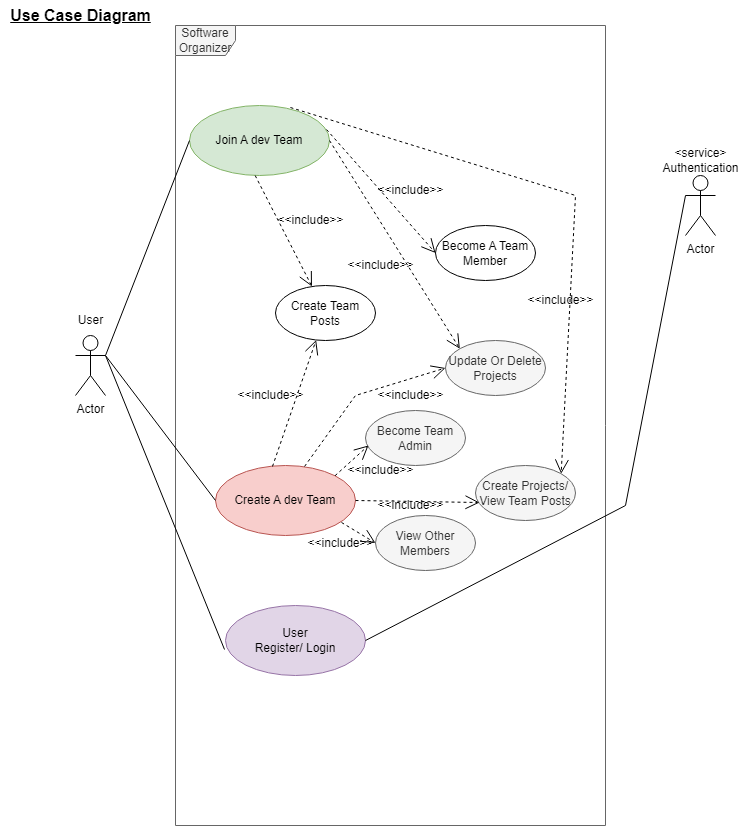
Before: src/Sprint4_UML/UML_Diagrams/Scenario/UseCaseDiagram.drawio.png, a diagram exported from draw.io (prime734/Software-Organiser). Source tidied: cells renumbered, new cells last; positions are measured from the earlier drawing's top-left corner, leaving out a move shared by most shapes.
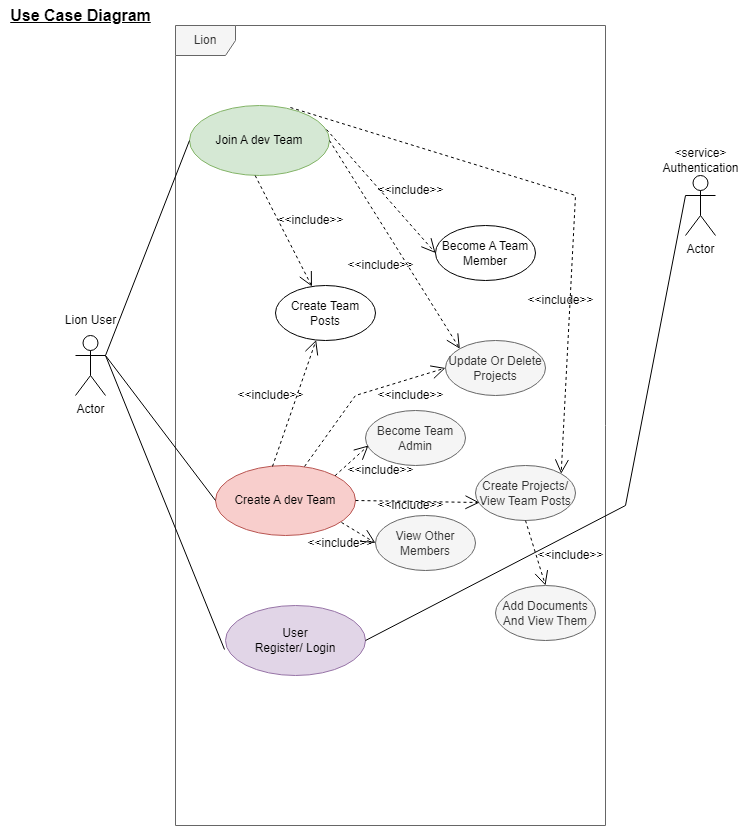
The same file after the commit.

What changed in the source:
```diff
@@ -5,7 +5,7 @@
     <mxCell id="2" value="Actor" style="shape=umlActor;verticalLabelPosition=bottom;verticalAlign=top;html=1;" parent="1" vertex="1">
       <mxGeometry x="75" y="335" width="30" height="60" as="geometry" />
     </mxCell>
-    <mxCell id="3" value="Software Organizer" style="shape=umlFrame;whiteSpace=wrap;html=1;fillColor=#f5f5f5;strokeColor=#666666;fontColor=#333333;" parent="1" vertex="1">
+    <mxCell id="3" value="Lion" style="shape=umlFrame;whiteSpace=wrap;html=1;fillColor=#f5f5f5;strokeColor=#666666;fontColor=#333333;" parent="1" vertex="1">
       <mxGeometry x="175" y="25" width="430" height="800" as="geometry" />
     </mxCell>
     <mxCell id="4" value="Actor" style="shape=umlActor;verticalLabelPosition=bottom;verticalAlign=top;html=1;" parent="1" vertex="1">
@@ -14,8 +14,8 @@
     <mxCell id="5" value="User&lt;br&gt;Register/ Login" style="ellipse;whiteSpace=wrap;html=1;fillColor=#e1d5e7;strokeColor=#9673a6;" parent="1" vertex="1">
       <mxGeometry x="225" y="605" width="140" height="70" as="geometry" />
     </mxCell>
-    <mxCell id="6" value="User" style="text;html=1;align=center;verticalAlign=middle;fillColor=none;strokeColor=none;rounded=0;" parent="1" vertex="1">
-      <mxGeometry x="65" y="305" width="50" height="30" as="geometry" />
+    <mxCell id="6" value="Lion User" style="text;html=1;align=center;verticalAlign=middle;fillColor=none;strokeColor=none;rounded=0;" parent="1" vertex="1">
+      <mxGeometry x="55" y="305" width="70" height="30" as="geometry" />
     </mxCell>
     <mxCell id="7" value="&amp;lt;service&amp;gt;&lt;br&gt;Authentication" style="text;html=1;align=center;verticalAlign=middle;fillColor=none;strokeColor=none;rounded=0;" parent="1" vertex="1">
       <mxGeometry x="655" y="145" width="90" height="30" as="geometry" />
@@ -129,5 +129,14 @@
     <mxCell id="38" value="&amp;lt;&amp;lt;include&amp;gt;&amp;gt;" style="text;html=1;align=center;verticalAlign=middle;fillColor=none;strokeColor=none;rounded=0;" parent="1" vertex="1">
       <mxGeometry x="225" y="380" width="90" height="30" as="geometry" />
     </mxCell>
+    <mxCell id="39" value="Add Documents&lt;br&gt;And View Them" style="ellipse;whiteSpace=wrap;html=1;fillColor=#f5f5f5;strokeColor=#666666;fontColor=#333333;" parent="1" vertex="1">
+      <mxGeometry x="495" y="585" width="100" height="55" as="geometry" />
+    </mxCell>
+    <mxCell id="40" style="endArrow=open;endFill=0;endSize=12;html=1;rounded=0;exitX=0.5;exitY=1;exitDx=0;exitDy=0;entryX=0.5;entryY=0;entryDx=0;entryDy=0;dashed=1;" parent="1" edge="1" source="19" target="39">
+      <mxGeometry relative="1" as="geometry" />
+    </mxCell>
+    <mxCell id="41" value="&amp;lt;&amp;lt;include&amp;gt;&amp;gt;" style="text;html=1;align=center;verticalAlign=middle;fillColor=none;strokeColor=none;rounded=0;" parent="1" vertex="1">
+      <mxGeometry x="525" y="540" width="90" height="30" as="geometry" />
+    </mxCell>
   </root>
 </mxGraphModel>
```
